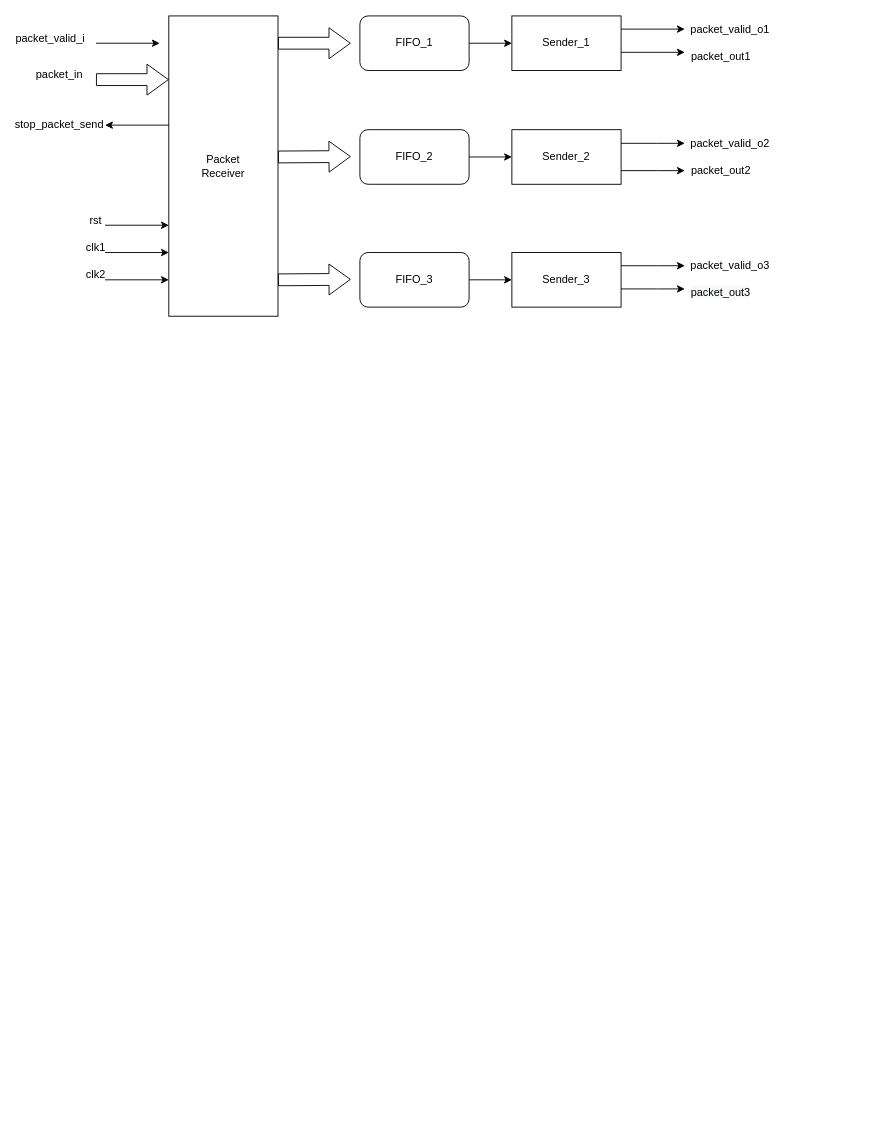
Before: block_diagram.drawio in ashish9819/Test, a draw.io diagram. Source tidied: cells renumbered, new cells numbered last; positions are measured from the earlier drawing's top-left corner, leaving out a move shared by most shapes. Both pictures are drawn from the tidied source at 91%, with x=0, y=0 at pixel (23, 15).
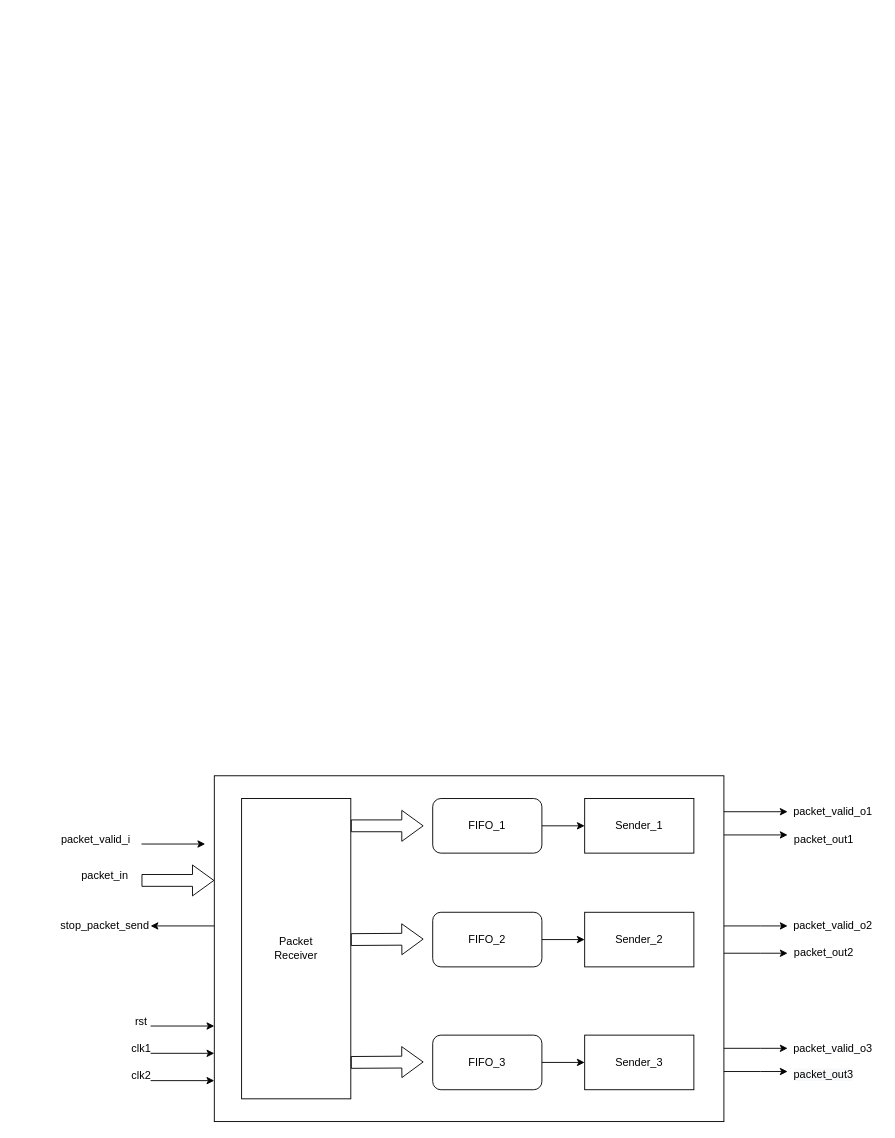
The same diagram, later.

Change to the diagram source:
```diff
@@
+    <mxCell id="39" style="rounded=0;whiteSpace=wrap;html=1;" parent="1" vertex="1">
+      <mxGeometry x="210" y="835" width="560" height="380" as="geometry" />
+    </mxCell>
     <mxCell id="2" value="Packet&lt;br&gt;Receiver" style="rounded=0;whiteSpace=wrap;html=1;" parent="1" vertex="1">
-      <mxGeometry x="160" width="120" height="330" as="geometry" />
+      <mxGeometry x="240" y="860" width="120" height="330" as="geometry" />
     </mxCell>
@@
     <mxCell id="4" value="FIFO_1" style="rounded=1;whiteSpace=wrap;html=1;" parent="1" vertex="1">
-      <mxGeometry x="370" width="120" height="60" as="geometry" />
+      <mxGeometry x="450" y="860" width="120" height="60" as="geometry" />
     </mxCell>
@@
     <mxCell id="6" value="FIFO_2" style="rounded=1;whiteSpace=wrap;html=1;" parent="1" vertex="1">
-      <mxGeometry x="370" y="125" width="120" height="60" as="geometry" />
+      <mxGeometry x="450" y="985" width="120" height="60" as="geometry" />
     </mxCell>
@@
     <mxCell id="8" value="FIFO_3" style="rounded=1;whiteSpace=wrap;html=1;" parent="1" vertex="1">
-      <mxGeometry x="370" y="260" width="120" height="60" as="geometry" />
+      <mxGeometry x="450" y="1120" width="120" height="60" as="geometry" />
     </mxCell>
     <mxCell id="9" value="Sender_1" style="rounded=0;whiteSpace=wrap;html=1;" parent="1" vertex="1">
-      <mxGeometry x="537" width="120" height="60" as="geometry" />
+      <mxGeometry x="617" y="860" width="120" height="60" as="geometry" />
     </mxCell>
     <mxCell id="10" value="Sender_2" style="rounded=0;whiteSpace=wrap;html=1;" parent="1" vertex="1">
-      <mxGeometry x="537" y="125" width="120" height="60" as="geometry" />
+      <mxGeometry x="617" y="985" width="120" height="60" as="geometry" />
     </mxCell>
     <mxCell id="11" value="Sender_3" style="rounded=0;whiteSpace=wrap;html=1;" parent="1" vertex="1">
-      <mxGeometry x="537" y="260" width="120" height="60" as="geometry" />
+      <mxGeometry x="617" y="1120" width="120" height="60" as="geometry" />
     </mxCell>
     <mxCell id="12" style="shape=flexArrow;endArrow=classic;html=1;rounded=0;width=13;endSize=7.49;" parent="1" edge="1">
       <mxGeometry relative="1" as="geometry">
-        <mxPoint x="280" y="30" as="sourcePoint" />
-        <mxPoint x="360" y="30" as="targetPoint" />
+        <mxPoint x="360" y="890" as="sourcePoint" />
+        <mxPoint x="440" y="890" as="targetPoint" />
       </mxGeometry>
     </mxCell>
     <mxCell id="13" style="shape=flexArrow;endArrow=classic;html=1;rounded=0;width=13;endSize=7.49;" parent="1" edge="1">
       <mxGeometry relative="1" as="geometry">
-        <mxPoint x="280" y="155" as="sourcePoint" />
-        <mxPoint x="360" y="154.5" as="targetPoint" />
+        <mxPoint x="360" y="1015" as="sourcePoint" />
+        <mxPoint x="440" y="1014.5" as="targetPoint" />
         <Array as="points">
-          <mxPoint x="280" y="154.5" />
+          <mxPoint x="360" y="1014.5" />
         </Array>
       </mxGeometry>
     </mxCell>
     <mxCell id="14" style="shape=flexArrow;endArrow=classic;html=1;rounded=0;width=13;endSize=7.49;" parent="1" edge="1">
       <mxGeometry relative="1" as="geometry">
-        <mxPoint x="280" y="290" as="sourcePoint" />
-        <mxPoint x="360" y="289.5" as="targetPoint" />
+        <mxPoint x="360" y="1150" as="sourcePoint" />
+        <mxPoint x="440" y="1149.5" as="targetPoint" />
         <Array as="points">
-          <mxPoint x="280" y="289.5" />
+          <mxPoint x="360" y="1149.5" />
         </Array>
       </mxGeometry>
     </mxCell>
     <mxCell id="15" style="endArrow=classic;html=1;rounded=0;" parent="1" edge="1">
       <mxGeometry relative="1" as="geometry">
-        <mxPoint x="80" y="30" as="sourcePoint" />
-        <mxPoint x="150" y="30" as="targetPoint" />
+        <mxPoint x="130" y="910" as="sourcePoint" />
+        <mxPoint x="200" y="910" as="targetPoint" />
       </mxGeometry>
     </mxCell>
     <mxCell id="16" value="packet_valid_i" style="text;html=1;strokeColor=none;fillColor=none;align=center;verticalAlign=middle;whiteSpace=wrap;rounded=0;" parent="1" vertex="1">
-      <mxGeometry y="10" width="60" height="30" as="geometry" />
+      <mxGeometry x="50" y="890" width="60" height="30" as="geometry" />
     </mxCell>
     <mxCell id="17" style="shape=flexArrow;endArrow=classic;html=1;rounded=0;width=13;endSize=7.49;" parent="1" edge="1">
       <mxGeometry relative="1" as="geometry">
-        <mxPoint x="80" y="70" as="sourcePoint" />
-        <mxPoint x="160" y="70" as="targetPoint" />
+        <mxPoint x="130" y="950" as="sourcePoint" />
+        <mxPoint x="210" y="950" as="targetPoint" />
       </mxGeometry>
     </mxCell>
     <mxCell id="18" value="packet_in" style="text;html=1;strokeColor=none;fillColor=none;align=center;verticalAlign=middle;whiteSpace=wrap;rounded=0;" parent="1" vertex="1">
-      <mxGeometry x="10" y="50" width="60" height="30" as="geometry" />
+      <mxGeometry x="60" y="930" width="60" height="30" as="geometry" />
     </mxCell>
     <mxCell id="19" style="endArrow=classic;html=1;rounded=0;" parent="1" edge="1">
       <mxGeometry relative="1" as="geometry">
-        <mxPoint x="160" y="120" as="sourcePoint" />
-        <mxPoint x="90" y="120" as="targetPoint" />
+        <mxPoint x="210" y="1000" as="sourcePoint" />
+        <mxPoint x="140" y="1000" as="targetPoint" />
       </mxGeometry>
     </mxCell>
     <mxCell id="20" value="stop_packet_send" style="text;html=1;strokeColor=none;fillColor=none;align=center;verticalAlign=middle;whiteSpace=wrap;rounded=0;" parent="1" vertex="1">
-      <mxGeometry x="10" y="105" width="60" height="30" as="geometry" />
+      <mxGeometry x="60" y="985" width="60" height="30" as="geometry" />
     </mxCell>
     <mxCell id="21" style="endArrow=classic;html=1;rounded=0;" parent="1" edge="1">
       <mxGeometry relative="1" as="geometry">
-        <mxPoint x="90" y="230" as="sourcePoint" />
-        <mxPoint x="160" y="230" as="targetPoint" />
+        <mxPoint x="140" y="1110" as="sourcePoint" />
+        <mxPoint x="210" y="1110" as="targetPoint" />
       </mxGeometry>
     </mxCell>
     <mxCell id="22" style="endArrow=classic;html=1;rounded=0;" parent="1" edge="1">
       <mxGeometry relative="1" as="geometry">
-        <mxPoint x="90" y="260" as="sourcePoint" />
-        <mxPoint x="160" y="260" as="targetPoint" />
+        <mxPoint x="140" y="1140" as="sourcePoint" />
+        <mxPoint x="210" y="1140" as="targetPoint" />
       </mxGeometry>
     </mxCell>
     <mxCell id="23" style="endArrow=classic;html=1;rounded=0;" parent="1" edge="1">
       <mxGeometry relative="1" as="geometry">
-        <mxPoint x="90" y="290" as="sourcePoint" />
-        <mxPoint x="160" y="290" as="targetPoint" />
+        <mxPoint x="140" y="1170" as="sourcePoint" />
+        <mxPoint x="210" y="1170" as="targetPoint" />
       </mxGeometry>
     </mxCell>
     <mxCell id="24" value="rst" style="text;html=1;strokeColor=none;fillColor=none;align=center;verticalAlign=middle;whiteSpace=wrap;rounded=0;" parent="1" vertex="1">
-      <mxGeometry x="50" y="210" width="60" height="30" as="geometry" />
+      <mxGeometry x="100" y="1090" width="60" height="30" as="geometry" />
     </mxCell>
     <mxCell id="25" value="clk1" style="text;html=1;strokeColor=none;fillColor=none;align=center;verticalAlign=middle;whiteSpace=wrap;rounded=0;" parent="1" vertex="1">
-      <mxGeometry x="50" y="240" width="60" height="30" as="geometry" />
+      <mxGeometry x="100" y="1120" width="60" height="30" as="geometry" />
     </mxCell>
     <mxCell id="26" value="clk2" style="text;html=1;strokeColor=none;fillColor=none;align=center;verticalAlign=middle;whiteSpace=wrap;rounded=0;" parent="1" vertex="1">
-      <mxGeometry x="50" y="270" width="60" height="30" as="geometry" />
+      <mxGeometry x="100" y="1150" width="60" height="30" as="geometry" />
     </mxCell>
     <mxCell id="27" style="endArrow=classic;html=1;rounded=0;" parent="1" edge="1">
       <mxGeometry relative="1" as="geometry">
-        <mxPoint x="657" y="14.5" as="sourcePoint" />
-        <mxPoint x="727" y="14.5" as="targetPoint" />
+        <mxPoint x="770" y="874.5" as="sourcePoint" />
+        <mxPoint x="840" y="874.5" as="targetPoint" />
       </mxGeometry>
     </mxCell>
     <mxCell id="28" style="endArrow=classic;html=1;rounded=0;" parent="1" edge="1">
       <mxGeometry relative="1" as="geometry">
-        <mxPoint x="657" y="40" as="sourcePoint" />
-        <mxPoint x="727" y="40" as="targetPoint" />
+        <mxPoint x="770" y="900" as="sourcePoint" />
+        <mxPoint x="840" y="900" as="targetPoint" />
       </mxGeometry>
     </mxCell>
     <mxCell id="29" value="packet_valid_o1" style="text;html=1;strokeColor=none;fillColor=none;align=center;verticalAlign=middle;whiteSpace=wrap;rounded=0;" parent="1" vertex="1">
-      <mxGeometry x="727" width="100" height="30" as="geometry" />
+      <mxGeometry x="840" y="860" width="100" height="30" as="geometry" />
     </mxCell>
     <mxCell id="30" value="packet_out1" style="text;html=1;strokeColor=none;fillColor=none;align=center;verticalAlign=middle;whiteSpace=wrap;rounded=0;" parent="1" vertex="1">
-      <mxGeometry x="737" y="30" width="60" height="30" as="geometry" />
+      <mxGeometry x="850" y="890" width="60" height="30" as="geometry" />
     </mxCell>
     <mxCell id="31" style="endArrow=classic;html=1;rounded=0;" parent="1" edge="1">
       <mxGeometry relative="1" as="geometry">
-        <mxPoint x="657" y="140" as="sourcePoint" />
-        <mxPoint x="727" y="140" as="targetPoint" />
+        <mxPoint x="770" y="1000" as="sourcePoint" />
+        <mxPoint x="840" y="1000" as="targetPoint" />
         <Array as="points">
-          <mxPoint x="697" y="140" />
+          <mxPoint x="810" y="1000" />
         </Array>
       </mxGeometry>
     </mxCell>
     <mxCell id="32" style="endArrow=classic;html=1;rounded=0;" parent="1" edge="1">
       <mxGeometry relative="1" as="geometry">
-        <mxPoint x="657" y="170" as="sourcePoint" />
-        <mxPoint x="727" y="170" as="targetPoint" />
+        <mxPoint x="770" y="1030" as="sourcePoint" />
+        <mxPoint x="840" y="1030" as="targetPoint" />
         <Array as="points">
-          <mxPoint x="697" y="170" />
+          <mxPoint x="810" y="1030" />
         </Array>
       </mxGeometry>
     </mxCell>
     <mxCell id="33" style="endArrow=classic;html=1;rounded=0;" parent="1" edge="1">
       <mxGeometry relative="1" as="geometry">
-        <mxPoint x="657" y="274.5" as="sourcePoint" />
-        <mxPoint x="727" y="274.5" as="targetPoint" />
+        <mxPoint x="770" y="1134.5" as="sourcePoint" />
+        <mxPoint x="840" y="1134.5" as="targetPoint" />
         <Array as="points">
-          <mxPoint x="697" y="274.5" />
+          <mxPoint x="810" y="1134.5" />
         </Array>
       </mxGeometry>
     </mxCell>
     <mxCell id="34" style="endArrow=classic;html=1;rounded=0;" parent="1" edge="1">
       <mxGeometry relative="1" as="geometry">
-        <mxPoint x="657" y="300" as="sourcePoint" />
-        <mxPoint x="727" y="300" as="targetPoint" />
+        <mxPoint x="770" y="1160" as="sourcePoint" />
+        <mxPoint x="840" y="1160" as="targetPoint" />
         <Array as="points">
-          <mxPoint x="697" y="300" />
+          <mxPoint x="810" y="1160" />
         </Array>
       </mxGeometry>
     </mxCell>
     <mxCell id="35" value="packet_valid_o2" style="text;html=1;strokeColor=none;fillColor=none;align=center;verticalAlign=middle;whiteSpace=wrap;rounded=0;" parent="1" vertex="1">
-      <mxGeometry x="727" y="125" width="100" height="30" as="geometry" />
+      <mxGeometry x="840" y="985" width="100" height="30" as="geometry" />
     </mxCell>
     <mxCell id="36" value="packet_out2" style="text;html=1;strokeColor=none;fillColor=none;align=center;verticalAlign=middle;whiteSpace=wrap;rounded=0;" parent="1" vertex="1">
-      <mxGeometry x="737" y="155" width="60" height="30" as="geometry" />
+      <mxGeometry x="850" y="1015" width="60" height="30" as="geometry" />
     </mxCell>
     <mxCell id="37" value="packet_valid_o3" style="text;html=1;strokeColor=none;fillColor=none;align=center;verticalAlign=middle;whiteSpace=wrap;rounded=0;" parent="1" vertex="1">
-      <mxGeometry x="727" y="260" width="100" height="30" as="geometry" />
+      <mxGeometry x="840" y="1120" width="100" height="30" as="geometry" />
     </mxCell>
     <mxCell id="38" value="&lt;span style=&quot;color: rgb(0 , 0 , 0) ; font-family: &amp;#34;helvetica&amp;#34; ; font-size: 12px ; font-style: normal ; font-weight: 400 ; letter-spacing: normal ; text-align: center ; text-indent: 0px ; text-transform: none ; word-spacing: 0px ; background-color: rgb(248 , 249 , 250) ; text-decoration: none ; display: inline ; float: none&quot;&gt;packet_out3&lt;/span&gt;" style="text;whiteSpace=wrap;html=1;" parent="1" vertex="1">
-      <mxGeometry x="732" y="290" width="90" height="30" as="geometry" />
+      <mxGeometry x="845" y="1150" width="90" height="30" as="geometry" />
     </mxCell>
```
